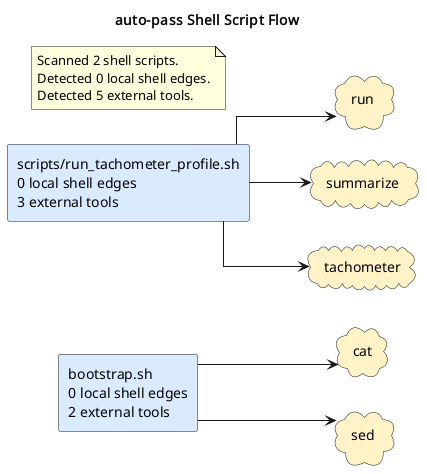
Above: docs/diagrams/shell-call-graph.puml.png in casonk/auto-pass (PlantUML), before the change.
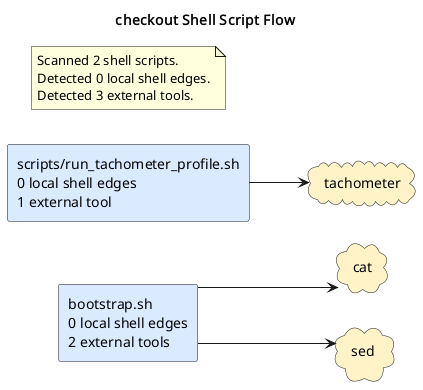
The same diagram one commit later.

Change to the diagram source:
```diff
@@ -1,25 +1,21 @@
 @startuml
-title auto-pass Shell Script Flow
+title checkout Shell Script Flow
 left to right direction
 skinparam shadowing false
 skinparam defaultFontName Monospace
 skinparam componentStyle rectangle
 skinparam linetype ortho
 rectangle "bootstrap.sh\n0 local shell edges\n2 external tools" as shell_bootstrap_sh #DBEAFE
-rectangle "scripts/run_tachometer_profile.sh\n0 local shell edges\n3 external tools" as shell_scripts_run_tachometer_profile_sh #DBEAFE
+rectangle "scripts/run_tachometer_profile.sh\n0 local shell edges\n1 external tool" as shell_scripts_run_tachometer_profile_sh #DBEAFE
 cloud "cat" as tool_cat #FEF3C7
-cloud "run" as tool_run #FEF3C7
 cloud "sed" as tool_sed #FEF3C7
-cloud "summarize" as tool_summarize #FEF3C7
 cloud "tachometer" as tool_tachometer #FEF3C7
 shell_bootstrap_sh --> tool_cat
 shell_bootstrap_sh --> tool_sed
-shell_scripts_run_tachometer_profile_sh --> tool_run
-shell_scripts_run_tachometer_profile_sh --> tool_summarize
 shell_scripts_run_tachometer_profile_sh --> tool_tachometer
 note as shellGraphSummary
 Scanned 2 shell scripts.
 Detected 0 local shell edges.
-Detected 5 external tools.
+Detected 3 external tools.
 end note
 @enduml
```
